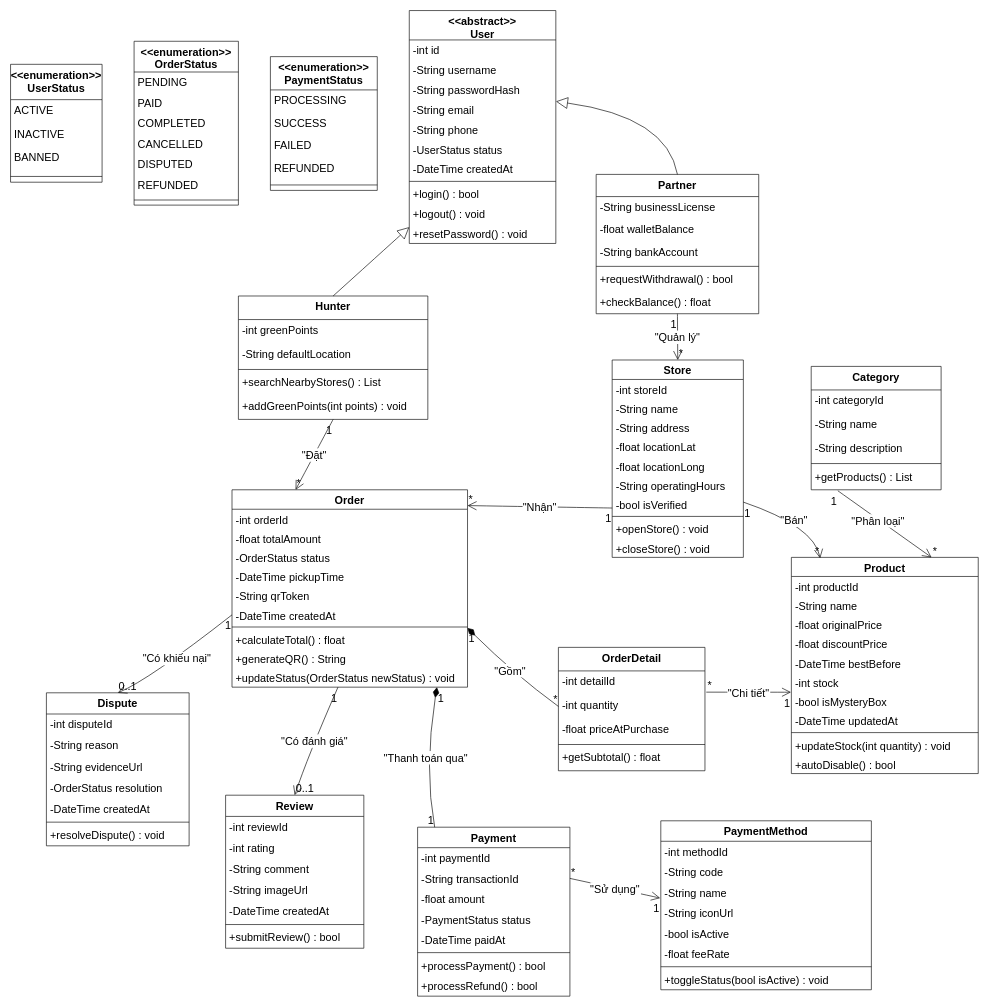
Above: food-rescue/class-diagram.drawio in shin-client/drawio (draw.io), before the change. Source tidied: cells renumbered, new cells numbered last; positions are measured from the earlier drawing's top-left corner, leaving out a move shared by most shapes. Both pictures are drawn from the tidied source at 64%, with x=0, y=0 at pixel (10, 10).
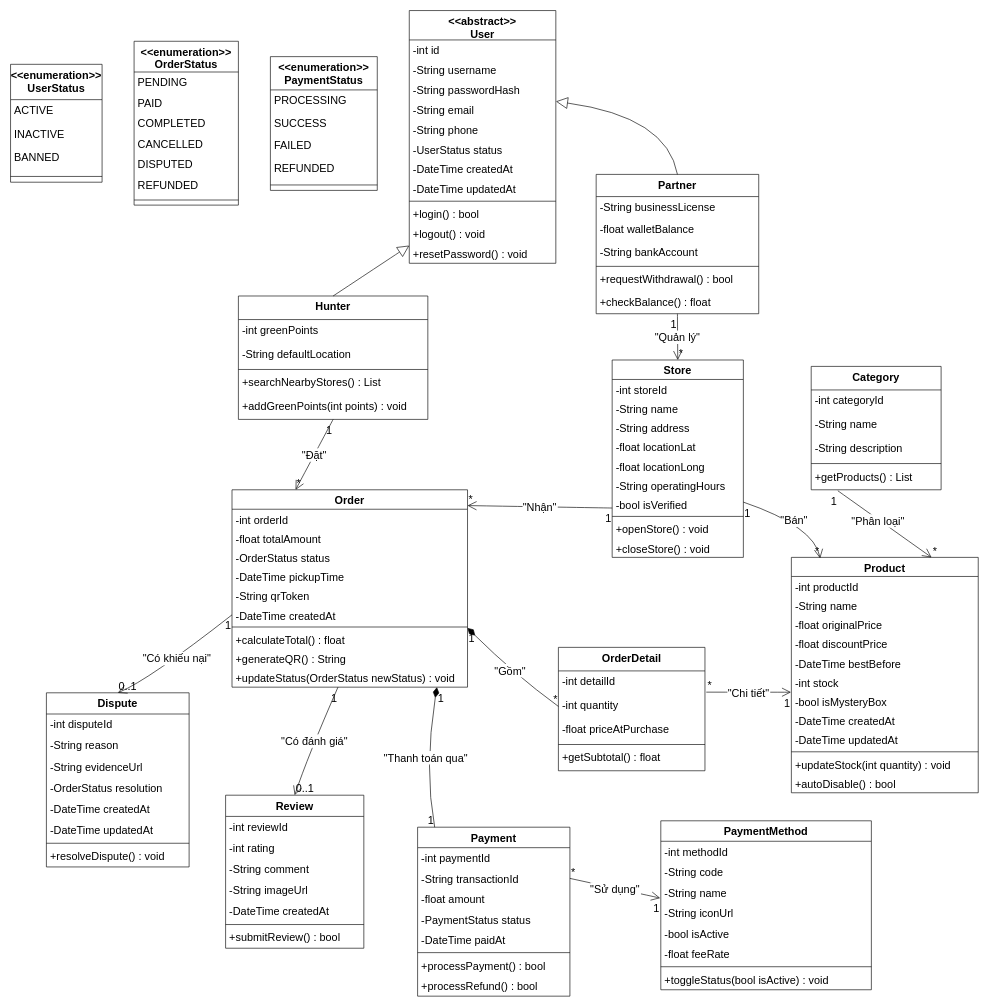
The same page after the edit.

The edit, as a diff of the source:
```diff
@@
     <mxCell id="21" value="&lt;&lt;abstract&gt;&gt;&#10;User" style="swimlane;fontStyle=1;align=center;verticalAlign=top;horizontal=1;startSize=45.913043478260875;fontSize=17;" parent="1" vertex="1">
-      <mxGeometry x="623" width="229" height="363.9" as="geometry" />
+      <mxGeometry x="623" width="229" height="394.9" as="geometry" />
     </mxCell>
@@
+    <mxCell id="161" value="-DateTime updatedAt" style="text;strokeColor=none;fillColor=none;align=left;verticalAlign=top;spacingLeft=4;spacingRight=4;overflow=hidden;fontSize=17;" parent="21" vertex="1">
+      <mxGeometry y="262.9" width="229" height="31" as="geometry" />
+    </mxCell>
     <mxCell id="29" style="line;strokeWidth=1;fillColor=none;align=left;verticalAlign=middle;spacingTop=-1;spacingLeft=3;spacingRight=3;labelPosition=right;strokeColor=inherit;fontSize=17;" parent="21" vertex="1">
-      <mxGeometry y="262.9" width="229" height="8" as="geometry" />
+      <mxGeometry y="293.9" width="229" height="8" as="geometry" />
     </mxCell>
     <mxCell id="30" value="+login() : bool" style="text;strokeColor=none;fillColor=none;align=left;verticalAlign=top;spacingLeft=4;spacingRight=4;overflow=hidden;fontSize=17;" parent="21" vertex="1">
-      <mxGeometry y="270.9" width="229" height="31" as="geometry" />
+      <mxGeometry y="301.9" width="229" height="31" as="geometry" />
     </mxCell>
     <mxCell id="31" value="+logout() : void" style="text;strokeColor=none;fillColor=none;align=left;verticalAlign=top;spacingLeft=4;spacingRight=4;overflow=hidden;fontSize=17;" parent="21" vertex="1">
-      <mxGeometry y="301.9" width="229" height="31" as="geometry" />
+      <mxGeometry y="332.9" width="229" height="31" as="geometry" />
     </mxCell>
     <mxCell id="32" value="+resetPassword() : void" style="text;strokeColor=none;fillColor=none;align=left;verticalAlign=top;spacingLeft=4;spacingRight=4;overflow=hidden;fontSize=17;" parent="21" vertex="1">
-      <mxGeometry y="332.9" width="229" height="31" as="geometry" />
+      <mxGeometry y="363.9" width="229" height="31" as="geometry" />
     </mxCell>
@@
     <mxCell id="63" value="Product" style="swimlane;fontStyle=1;align=center;verticalAlign=top;horizontal=1;startSize=29.818181818181817;fontSize=17;" parent="1" vertex="1">
-      <mxGeometry x="1220" y="854.4" width="292" height="337.8" as="geometry" />
+      <mxGeometry x="1220" y="854.4" width="292" height="367.8" as="geometry" />
     </mxCell>
@@
-    <mxCell id="71" value="-DateTime updatedAt" style="text;strokeColor=none;fillColor=none;align=left;verticalAlign=top;spacingLeft=4;spacingRight=4;overflow=hidden;fontSize=17;" parent="63" vertex="1">
+    <mxCell id="71" value="-DateTime createdAt" style="text;strokeColor=none;fillColor=none;align=left;verticalAlign=top;spacingLeft=4;spacingRight=4;overflow=hidden;fontSize=17;" parent="63" vertex="1">
       <mxGeometry y="239.8" width="292" height="30" as="geometry" />
     </mxCell>
+    <mxCell id="162" value="-DateTime updatedAt" style="text;strokeColor=none;fillColor=none;align=left;verticalAlign=top;spacingLeft=4;spacingRight=4;overflow=hidden;fontSize=17;" parent="63" vertex="1">
+      <mxGeometry y="269.8" width="292" height="30" as="geometry" />
+    </mxCell>
     <mxCell id="72" style="line;strokeWidth=1;fillColor=none;align=left;verticalAlign=middle;spacingTop=-1;spacingLeft=3;spacingRight=3;labelPosition=right;strokeColor=inherit;fontSize=17;" parent="63" vertex="1">
-      <mxGeometry y="269.8" width="292" height="8" as="geometry" />
+      <mxGeometry y="299.8" width="292" height="8" as="geometry" />
     </mxCell>
     <mxCell id="73" value="+updateStock(int quantity) : void" style="text;strokeColor=none;fillColor=none;align=left;verticalAlign=top;spacingLeft=4;spacingRight=4;overflow=hidden;fontSize=17;" parent="63" vertex="1">
-      <mxGeometry y="277.8" width="292" height="30" as="geometry" />
+      <mxGeometry y="307.8" width="292" height="30" as="geometry" />
     </mxCell>
     <mxCell id="74" value="+autoDisable() : bool" style="text;strokeColor=none;fillColor=none;align=left;verticalAlign=top;spacingLeft=4;spacingRight=4;overflow=hidden;fontSize=17;" parent="63" vertex="1">
-      <mxGeometry y="307.8" width="292" height="30" as="geometry" />
+      <mxGeometry y="337.8" width="292" height="30" as="geometry" />
     </mxCell>
@@
     <mxCell id="118" value="Dispute" style="swimlane;fontStyle=1;align=center;verticalAlign=top;horizontal=1;startSize=33.142857142857146;fontSize=17;" parent="1" vertex="1">
-      <mxGeometry x="56" y="1066" width="223" height="239.1" as="geometry" />
+      <mxGeometry x="56" y="1066" width="223" height="272.1" as="geometry" />
     </mxCell>
@@
+    <mxCell id="163" value="-DateTime updatedAt" style="text;strokeColor=none;fillColor=none;align=left;verticalAlign=top;spacingLeft=4;spacingRight=4;overflow=hidden;fontSize=17;" parent="118" vertex="1">
+      <mxGeometry y="198.1" width="223" height="33" as="geometry" />
+    </mxCell>
     <mxCell id="124" style="line;strokeWidth=1;fillColor=none;align=left;verticalAlign=middle;spacingTop=-1;spacingLeft=3;spacingRight=3;labelPosition=right;strokeColor=inherit;fontSize=17;" parent="118" vertex="1">
-      <mxGeometry y="198.1" width="223" height="8" as="geometry" />
+      <mxGeometry y="231.1" width="223" height="8" as="geometry" />
     </mxCell>
     <mxCell id="125" value="+resolveDispute() : void" style="text;strokeColor=none;fillColor=none;align=left;verticalAlign=top;spacingLeft=4;spacingRight=4;overflow=hidden;fontSize=17;" parent="118" vertex="1">
-      <mxGeometry y="206.1" width="223" height="33" as="geometry" />
+      <mxGeometry y="239.1" width="223" height="33" as="geometry" />
     </mxCell>
```
